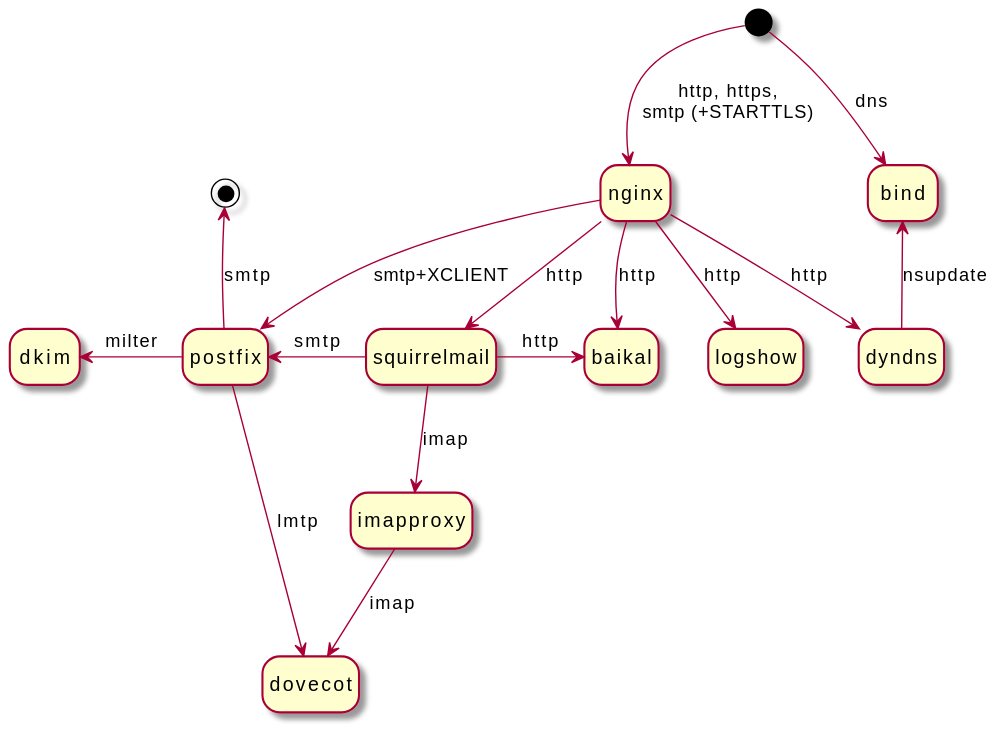
Above: containers.svg in Lex-2008/containers (PlantUML), before the change.
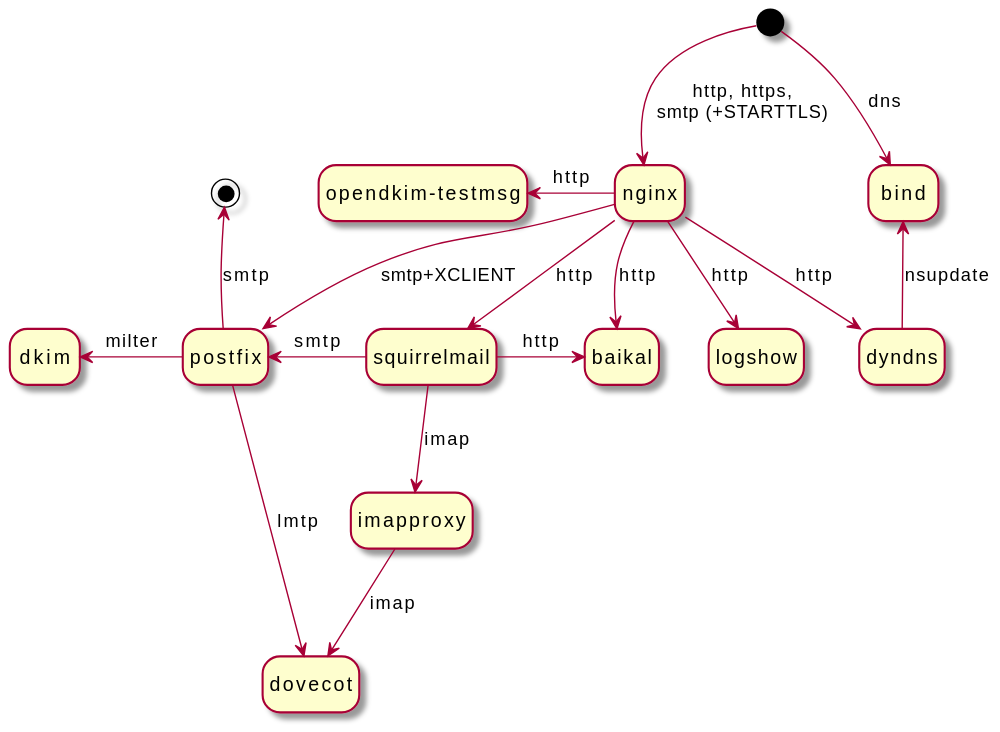
Above is the later version.

Commit message:
added opendkim-testmsg container

The edit, as a diff of the source:
```diff
@@ -27,6 +27,9 @@
 squirrelmail -> baikal: http
 nginx --> squirrelmail: http
 
+state "opendkim-testmsg" as opendkimtestmsg
+
 nginx --> baikal: http
 nginx --> logshow: http
+nginx -l-> opendkimtestmsg: http
 @enduml
```
